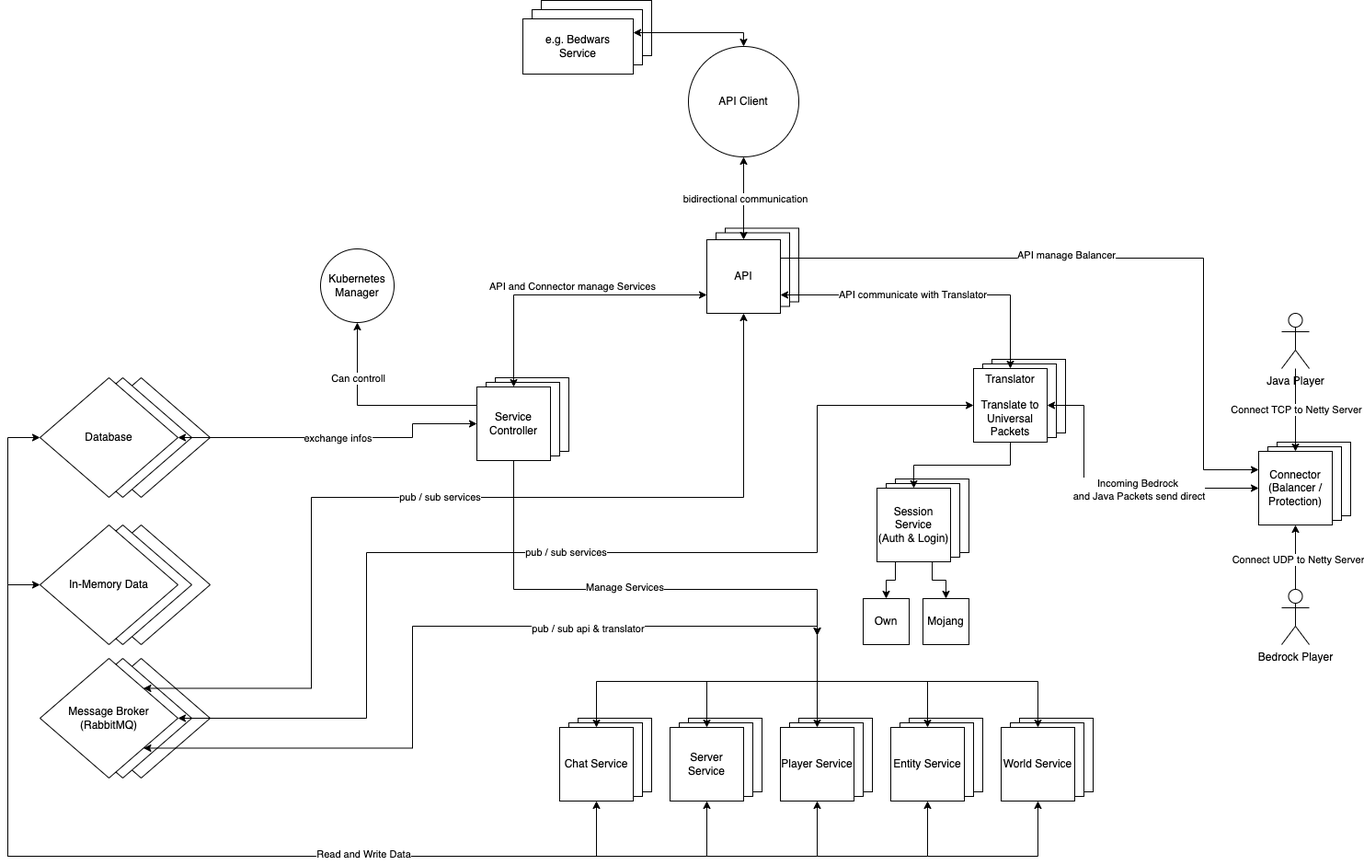
Earlier version of the draw.io export images/overview.png (Layercraft/Infos). Source tidied: cells renumbered, new cells last; positions are measured from the earlier drawing's top-left corner, leaving out a move shared by most shapes.
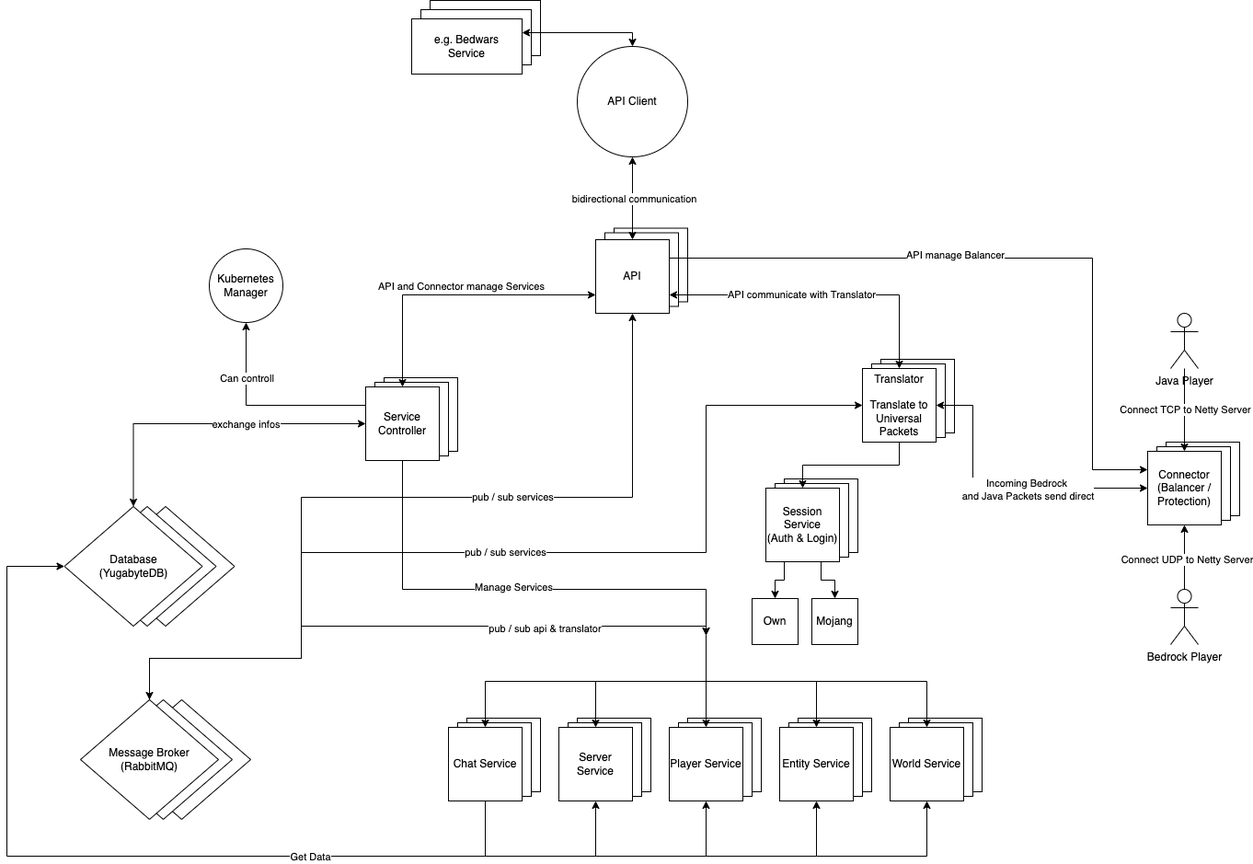
Later version of the same file.

Diff of the diagram source:
```diff
@@ -3,22 +3,16 @@
     <mxCell id="0" />
     <mxCell id="1" parent="0" />
     <mxCell id="2" style="rhombus;whiteSpace=wrap;html=1;rounded=0;shadow=0;glass=0;" parent="1" vertex="1">
-      <mxGeometry x="70" y="715" width="150" height="130" as="geometry" />
+      <mxGeometry x="235" y="760" width="150" height="130" as="geometry" />
     </mxCell>
     <mxCell id="3" style="rhombus;whiteSpace=wrap;html=1;rounded=0;shadow=0;glass=0;" parent="1" vertex="1">
-      <mxGeometry x="50" y="715" width="150" height="130" as="geometry" />
+      <mxGeometry x="215" y="760" width="150" height="130" as="geometry" />
     </mxCell>
-    <mxCell id="4" style="rhombus;whiteSpace=wrap;html=1;rounded=0;shadow=0;glass=0;" parent="1" vertex="1">
-      <mxGeometry x="70" y="570" width="150" height="130" as="geometry" />
-    </mxCell>
-    <mxCell id="5" style="rhombus;whiteSpace=wrap;html=1;rounded=0;shadow=0;glass=0;" parent="1" vertex="1">
-      <mxGeometry x="50" y="570" width="150" height="130" as="geometry" />
-    </mxCell>
     <mxCell id="6" style="rhombus;whiteSpace=wrap;html=1;rounded=0;shadow=0;glass=0;" parent="1" vertex="1">
-      <mxGeometry x="70" y="410" width="150" height="130" as="geometry" />
+      <mxGeometry x="217.5" y="550" width="150" height="130" as="geometry" />
     </mxCell>
     <mxCell id="7" style="rhombus;whiteSpace=wrap;html=1;rounded=0;shadow=0;glass=0;" parent="1" vertex="1">
-      <mxGeometry x="50" y="410" width="150" height="130" as="geometry" />
+      <mxGeometry x="197.5" y="550" width="150" height="130" as="geometry" />
     </mxCell>
     <mxCell id="8" style="rounded=0;whiteSpace=wrap;html=1;" parent="1" vertex="1">
       <mxGeometry x="580" width="120" height="60" as="geometry" />
@@ -103,13 +97,14 @@
     <mxCell id="33" value="Incoming Bedrock&amp;nbsp;&lt;br&gt;and Java Packets send direct" style="edgeLabel;html=1;align=center;verticalAlign=middle;" parent="32" vertex="1">
       <mxGeometry x="-0.18" y="1" relative="1" as="geometry" />
     </mxCell>
-    <mxCell id="34" value="pub / sub services" style="edgeStyle=orthogonalEdgeStyle;rounded=0;jettySize=auto;html=1;exitX=0;exitY=0.5;exitDx=0;exitDy=0;startArrow=classic;startFill=1;entryX=1;entryY=0.5;entryDx=0;entryDy=0;" parent="1" edge="1" source="36" target="88">
+    <mxCell id="34" value="pub / sub services" style="edgeStyle=orthogonalEdgeStyle;rounded=0;jettySize=auto;html=1;exitX=0;exitY=0.5;exitDx=0;exitDy=0;startArrow=classic;startFill=1;entryX=0.5;entryY=0;entryDx=0;entryDy=0;" parent="1" edge="1" source="36" target="88">
       <mxGeometry relative="1" as="geometry">
         <Array as="points">
           <mxPoint x="880" y="440" />
           <mxPoint x="880" y="600" />
-          <mxPoint x="390" y="600" />
-          <mxPoint x="390" y="780" />
+          <mxPoint x="440" y="600" />
+          <mxPoint x="440" y="715" />
+          <mxPoint x="275" y="715" />
         </Array>
       </mxGeometry>
     </mxCell>
@@ -181,26 +176,19 @@
       </mxGeometry>
     </mxCell>
     <mxCell id="46" value="pub / sub services" style="edgeStyle=orthogonalEdgeStyle;rounded=0;jettySize=auto;html=1;exitX=0.5;exitY=1;exitDx=0;exitDy=0;startArrow=classic;startFill=1;entryX=1;entryY=0;entryDx=0;entryDy=0;" parent="1" edge="1" source="47" target="88">
-      <mxGeometry relative="1" as="geometry">
+      <mxGeometry x="-0.35" relative="1" as="geometry">
         <Array as="points">
           <mxPoint x="800" y="540" />
-          <mxPoint x="330" y="540" />
-          <mxPoint x="330" y="748" />
+          <mxPoint x="440" y="540" />
+          <mxPoint x="440" y="715" />
+          <mxPoint x="275" y="715" />
+          <mxPoint x="275" y="793" />
         </Array>
       </mxGeometry>
     </mxCell>
     <mxCell id="47" value="API" style="rounded=0;whiteSpace=wrap;html=1;" parent="1" vertex="1">
       <mxGeometry x="760" y="260" width="80" height="80" as="geometry" />
     </mxCell>
-    <mxCell id="48" style="edgeStyle=orthogonalEdgeStyle;rounded=0;jettySize=auto;html=1;exitX=0.5;exitY=1;exitDx=0;exitDy=0;entryX=0;entryY=0.5;entryDx=0;entryDy=0;startArrow=classic;startFill=1;" parent="1" edge="1" source="49" target="71">
-      <mxGeometry relative="1" as="geometry">
-        <Array as="points">
-          <mxPoint x="760" y="930" />
-          <mxPoint y="930" />
-          <mxPoint y="475" />
-        </Array>
-      </mxGeometry>
-    </mxCell>
     <mxCell id="49" value="Server Service" style="whiteSpace=wrap;html=1;" parent="1" vertex="1">
       <mxGeometry x="720" y="790" width="80" height="80" as="geometry" />
     </mxCell>
@@ -226,18 +214,18 @@
     <mxCell id="53" value="World Service" style="whiteSpace=wrap;html=1;" parent="1" vertex="1">
       <mxGeometry x="1080" y="790" width="80" height="80" as="geometry" />
     </mxCell>
-    <mxCell id="54" style="edgeStyle=orthogonalEdgeStyle;rounded=0;jettySize=auto;html=1;entryX=0;entryY=0.5;entryDx=0;entryDy=0;startArrow=classic;startFill=1;" parent="1" edge="1" source="56" target="85">
-      <mxGeometry relative="1" as="geometry">
-        <Array as="points">
-          <mxPoint x="640" y="930" />
-          <mxPoint y="930" />
-          <mxPoint y="635" />
-        </Array>
-      </mxGeometry>
-    </mxCell>
-    <mxCell id="55" value="Read and Write Data" style="edgeLabel;html=1;align=center;verticalAlign=middle;" parent="54" vertex="1">
-      <mxGeometry x="-0.39" y="-3" relative="1" as="geometry" />
-    </mxCell>
+    <mxCell id="89" style="edgeStyle=orthogonalEdgeStyle;rounded=0;jettySize=auto;html=1;exitX=0.5;exitY=1;exitDx=0;exitDy=0;entryX=0;entryY=0.5;entryDx=0;entryDy=0;startArrow=none;startFill=0;" parent="1" edge="1" source="56" target="71">
+      <mxGeometry relative="1" as="geometry">
+        <Array as="points">
+          <mxPoint x="640" y="930" />
+          <mxPoint x="120" y="930" />
+          <mxPoint x="120" y="615" />
+        </Array>
+      </mxGeometry>
+    </mxCell>
+    <mxCell id="90" value="Get Data" style="edgeLabel;html=1;align=center;verticalAlign=middle;" parent="89" vertex="1">
+      <mxGeometry x="-0.48" relative="1" as="geometry" />
+    </mxCell>
     <mxCell id="56" value="Chat Service" style="whiteSpace=wrap;html=1;shadow=0;" parent="1" vertex="1">
       <mxGeometry x="600" y="790" width="80" height="80" as="geometry" />
     </mxCell>
@@ -293,22 +281,23 @@
     <mxCell id="67" value="bidirectional communication" style="edgeLabel;html=1;align=center;verticalAlign=middle;" parent="66" vertex="1">
       <mxGeometry y="1" relative="1" as="geometry" />
     </mxCell>
-    <mxCell id="68" style="edgeStyle=orthogonalEdgeStyle;rounded=0;jettySize=auto;html=1;exitX=1;exitY=0.5;exitDx=0;exitDy=0;entryX=0;entryY=0.5;entryDx=0;entryDy=0;startArrow=classic;startFill=1;" parent="1" edge="1" source="71" target="65">
+    <mxCell id="68" style="edgeStyle=orthogonalEdgeStyle;rounded=0;jettySize=auto;html=1;exitX=0.5;exitY=0;exitDx=0;exitDy=0;entryX=0;entryY=0.5;entryDx=0;entryDy=0;startArrow=classic;startFill=1;" parent="1" edge="1" source="71" target="65">
       <mxGeometry relative="1" as="geometry">
         <Array as="points">
-          <mxPoint x="440" y="475" />
-          <mxPoint x="440" y="460" />
+          <mxPoint x="258" y="460" />
         </Array>
       </mxGeometry>
     </mxCell>
     <mxCell id="69" value="exchange infos" style="edgeLabel;html=1;align=center;verticalAlign=middle;" parent="68" vertex="1">
-      <mxGeometry x="0.02" relative="1" as="geometry" />
+      <mxGeometry x="0.02" relative="1" as="geometry">
+        <mxPoint x="38" as="offset" />
+      </mxGeometry>
     </mxCell>
     <mxCell id="70" style="edgeStyle=orthogonalEdgeStyle;rounded=0;jettySize=auto;html=1;exitX=0.75;exitY=1;exitDx=0;exitDy=0;" parent="1" edge="1" source="73" target="74">
       <mxGeometry relative="1" as="geometry" />
     </mxCell>
-    <mxCell id="71" value="Database" style="rhombus;whiteSpace=wrap;html=1;rounded=0;shadow=0;glass=0;" parent="1" vertex="1">
-      <mxGeometry x="35" y="410" width="150" height="130" as="geometry" />
+    <mxCell id="71" value="Database&lt;br&gt;(YugabyteDB)" style="rhombus;whiteSpace=wrap;html=1;rounded=0;shadow=0;glass=0;" parent="1" vertex="1">
+      <mxGeometry x="182.5" y="550" width="150" height="130" as="geometry" />
     </mxCell>
     <mxCell id="72" style="edgeStyle=orthogonalEdgeStyle;rounded=0;jettySize=auto;html=1;exitX=0.25;exitY=1;exitDx=0;exitDy=0;entryX=0.5;entryY=0;entryDx=0;entryDy=0;" parent="1" edge="1" source="73" target="75">
       <mxGeometry relative="1" as="geometry" />
@@ -353,14 +342,12 @@
     <mxCell id="84" value="e.g. Bedwars&lt;br&gt;Service" style="rounded=0;whiteSpace=wrap;html=1;shadow=0;" parent="1" vertex="1">
       <mxGeometry x="560" y="20" width="120" height="60" as="geometry" />
     </mxCell>
-    <mxCell id="85" value="In-Memory Data" style="rhombus;whiteSpace=wrap;html=1;rounded=0;shadow=0;glass=0;" parent="1" vertex="1">
-      <mxGeometry x="35" y="570" width="150" height="130" as="geometry" />
-    </mxCell>
-    <mxCell id="86" style="edgeStyle=orthogonalEdgeStyle;rounded=0;jettySize=auto;html=1;exitX=1;exitY=1;exitDx=0;exitDy=0;startArrow=classic;startFill=1;" parent="1" edge="1" source="88">
+    <mxCell id="86" style="edgeStyle=orthogonalEdgeStyle;rounded=0;orthogonalLoop=1;jettySize=auto;html=1;startArrow=none;startFill=0;" parent="1" edge="1">
       <mxGeometry relative="1" as="geometry">
+        <mxPoint x="300" y="715" as="sourcePoint" />
         <mxPoint x="880" y="690" as="targetPoint" />
         <Array as="points">
-          <mxPoint x="440" y="813" />
+          <mxPoint x="440" y="715" />
           <mxPoint x="440" y="680" />
           <mxPoint x="880" y="680" />
         </Array>
@@ -370,7 +357,15 @@
       <mxGeometry x="0.41" y="-2" relative="1" as="geometry" />
     </mxCell>
     <mxCell id="88" value="Message Broker&lt;br&gt;(RabbitMQ)" style="rhombus;whiteSpace=wrap;html=1;rounded=0;shadow=0;glass=0;" parent="1" vertex="1">
-      <mxGeometry x="35" y="715" width="150" height="130" as="geometry" />
+      <mxGeometry x="200" y="760" width="150" height="130" as="geometry" />
     </mxCell>
+    <mxCell id="91" style="endArrow=classic;html=1;rounded=0;entryX=0.5;entryY=1;entryDx=0;entryDy=0;" parent="1" edge="1" target="49">
+      <mxGeometry relative="1" as="geometry">
+        <mxPoint x="640" y="930" as="sourcePoint" />
+        <Array as="points">
+          <mxPoint x="760" y="930" />
+        </Array>
+      </mxGeometry>
+    </mxCell>
   </root>
 </mxGraphModel>
```
